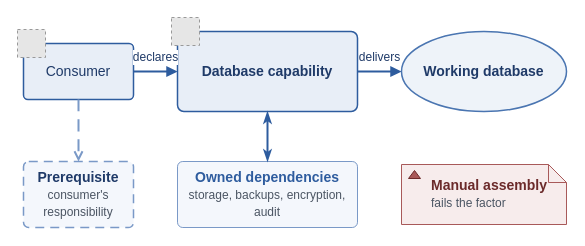
Before: diagrams/factor-3-encapsulated-dependencies.drawio in missBerg/platform-capabilities, a draw.io diagram. Source tidied: cells renumbered, new cells numbered last; positions are measured from the earlier drawing's top-left corner, leaving out a move shared by most shapes. Both pictures are drawn from the tidied source at 100%, with x=0, y=0 at pixel (17, 17). Pictures stored in the file or linked from it are replaced by grey dashed boxes.
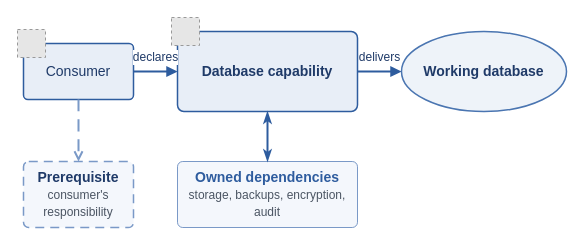
The same page after the edit.

Change to the diagram source:
```diff
@@
 <mxGraphModel>
   <root>
     <mxCell id="0" />
     <mxCell id="1" parent="0" />
     <mxCell id="2" value="Consumer" style="rounded=1;whiteSpace=wrap;html=1;arcSize=8;fillColor=#E8EEF7;strokeColor=#2E5C9E;strokeWidth=1.5;fontColor=#1F3A68;fontFamily=Helvetica;fontSize=14;align=center;verticalAlign=middle;shadow=0;" parent="1" vertex="1">
       <mxGeometry x="6" y="26" width="110" height="56" as="geometry" />
     </mxCell>
     <mxCell id="3" style="fillColor=#E6E6E6;strokeColor=#999999;dashed=1;verticalLabelPosition=bottom;verticalAlign=top;align=center;fontFamily=Helvetica;fontSize=14;fontColor=#1F3A68;" parent="1" vertex="1">
       <mxGeometry y="12" width="28" height="28" as="geometry" />
     </mxCell>
     <mxCell id="4" value="&lt;b&gt;Database capability&lt;/b&gt;" style="rounded=1;whiteSpace=wrap;html=1;arcSize=8;fillColor=#E8EEF7;strokeColor=#2E5C9E;strokeWidth=1.5;fontColor=#1F3A68;fontFamily=Helvetica;fontSize=14;align=center;verticalAlign=middle;shadow=0;" parent="1" vertex="1">
       <mxGeometry x="160" y="14" width="180" height="80" as="geometry" />
     </mxCell>
     <mxCell id="5" style="fillColor=#E6E6E6;strokeColor=#999999;dashed=1;verticalLabelPosition=bottom;verticalAlign=top;align=center;fontFamily=Helvetica;fontSize=14;fontColor=#1F3A68;" parent="1" vertex="1">
       <mxGeometry x="154" width="28" height="28" as="geometry" />
     </mxCell>
     <mxCell id="6" value="&lt;b&gt;Working database&lt;/b&gt;" style="ellipse;whiteSpace=wrap;html=1;fillColor=#EEF3F9;strokeColor=#4A75B1;strokeWidth=1.5;fontColor=#1F3A68;fontFamily=Helvetica;fontSize=14;align=center;verticalAlign=middle;shadow=0;" parent="1" vertex="1">
       <mxGeometry x="384" y="14" width="165" height="80" as="geometry" />
     </mxCell>
     <mxCell id="7" value="&lt;b&gt;Prerequisite&lt;/b&gt;&lt;br&gt;&lt;font style=&quot;font-size: 12px&quot; color=&quot;#4B5563&quot;&gt;consumer&amp;#x27;s responsibility&lt;/font&gt;" style="rounded=1;whiteSpace=wrap;html=1;arcSize=8;fillColor=#F4F7FC;strokeColor=#7A99C7;strokeWidth=1.5;dashed=1;dashPattern=6 4;fontColor=#1F3A68;fontFamily=Helvetica;fontSize=14;align=center;verticalAlign=middle;shadow=0;" parent="1" vertex="1">
       <mxGeometry x="6" y="144" width="110" height="66" as="geometry" />
     </mxCell>
     <mxCell id="8" value="&lt;b&gt;Owned dependencies&lt;/b&gt;&lt;br&gt;&lt;font style=&quot;font-size: 12px&quot; color=&quot;#4B5563&quot;&gt;storage, backups, encryption, audit&lt;/font&gt;" style="rounded=1;whiteSpace=wrap;html=1;arcSize=8;fillColor=#F4F7FC;strokeColor=#7A99C7;strokeWidth=1;fontColor=#2E5C9E;fontFamily=Helvetica;fontSize=14;align=center;verticalAlign=middle;shadow=0;" parent="1" vertex="1">
       <mxGeometry x="160" y="144" width="180" height="66" as="geometry" />
     </mxCell>
-    <mxCell id="9" value="&lt;b&gt;Manual assembly&lt;/b&gt;&lt;br&gt;&lt;font style=&quot;font-size: 12px&quot; color=&quot;#4B5563&quot;&gt;fails the factor&lt;/font&gt;" style="shape=note;whiteSpace=wrap;html=1;backgroundOutline=1;fillColor=#F7ECEC;strokeColor=#A85959;strokeWidth=1;fontColor=#6B2A2A;fontFamily=Helvetica;fontSize=14;align=left;verticalAlign=top;spacingLeft=28;spacingTop=6;spacingRight=8;shadow=0;size=18;" parent="1" vertex="1">
-      <mxGeometry x="384" y="147" width="165" height="60" as="geometry" />
-    </mxCell>
-    <mxCell id="10" style="shape=triangle;direction=north;fillColor=#A85959;strokeColor=#6B2A2A;html=1;shadow=0;" parent="1" vertex="1">
-      <mxGeometry x="391" y="153" width="12" height="8" as="geometry" />
-    </mxCell>
     <mxCell id="11" value="declares" style="edgeStyle=orthogonalEdgeStyle;endArrow=block;html=1;rounded=0;strokeColor=#2E5C9E;strokeWidth=2;fontColor=#1F3A68;fontFamily=Helvetica;fontSize=12;endFill=1;curved=1;" parent="1" edge="1" source="2" target="4">
       <mxGeometry relative="1" as="geometry">
         <mxPoint y="-14" as="offset" />
       </mxGeometry>
     </mxCell>
     <mxCell id="12" value="delivers" style="edgeStyle=orthogonalEdgeStyle;endArrow=block;html=1;rounded=0;strokeColor=#2E5C9E;strokeWidth=2;fontColor=#1F3A68;fontFamily=Helvetica;fontSize=12;endFill=1;curved=1;" parent="1" edge="1" source="4" target="6">
       <mxGeometry relative="1" as="geometry">
         <mxPoint y="-14" as="offset" />
       </mxGeometry>
     </mxCell>
     <mxCell id="13" style="edgeStyle=orthogonalEdgeStyle;endArrow=open;html=1;rounded=0;strokeColor=#7A99C7;strokeWidth=2;dashed=1;dashPattern=6 4;fontColor=#1F3A68;fontFamily=Helvetica;fontSize=12;curved=1;exitX=0.5;exitY=1;exitDx=0;exitDy=0;entryX=0.5;entryY=0;entryDx=0;entryDy=0;" parent="1" edge="1" source="2" target="7">
       <mxGeometry relative="1" as="geometry" />
     </mxCell>
     <mxCell id="14" style="edgeStyle=orthogonalEdgeStyle;endArrow=classicThin;startArrow=classicThin;html=1;curved=1;rounded=0;strokeColor=#2E5C9E;strokeWidth=2;fontColor=#1F3A68;fontFamily=Helvetica;fontSize=12;curved=1;exitX=0.5;exitY=1;exitDx=0;exitDy=0;entryX=0.5;entryY=0;entryDx=0;entryDy=0;" parent="1" edge="1" source="4" target="8">
       <mxGeometry relative="1" as="geometry" />
     </mxCell>
   </root>
 </mxGraphModel>
```
